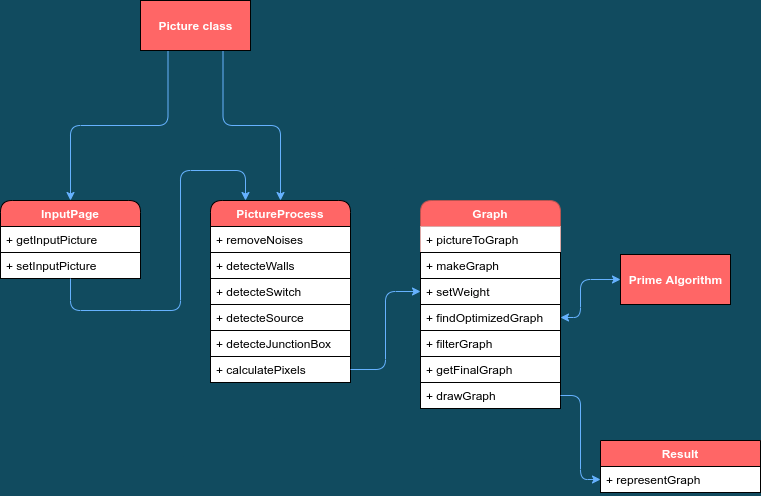
The draw.io diagram project_diagram.png in Amirnlz/Building-electrical, before a commit. Source tidied: cells renumbered, new cells last; positions are measured from the earlier drawing's top-left corner, leaving out a move shared by most shapes. The source it was exported from:
```xml
<mxGraphModel background="#114B5F">
  <root>
    <mxCell id="0" />
    <mxCell id="1" parent="0" />
    <mxCell id="2" value="InputPage" style="swimlane;fontStyle=1;horizontal=1;startSize=26;swimlaneFillColor=none;rounded=1;fillColor=#FF6666;fontColor=#FFFFFF;" parent="1" vertex="1">
      <mxGeometry y="200" width="140" height="78" as="geometry" />
    </mxCell>
    <mxCell id="3" value="+ getInputPicture" style="text;align=left;verticalAlign=top;spacingLeft=4;spacingRight=4;overflow=hidden;strokeColor=#000000;fillColor=#ffffff;" parent="2" vertex="1">
      <mxGeometry y="26" width="140" height="26" as="geometry" />
    </mxCell>
    <mxCell id="4" value="+ setInputPicture" style="text;align=left;verticalAlign=top;spacingLeft=4;spacingRight=4;overflow=hidden;strokeColor=#000000;fillColor=#ffffff;" parent="2" vertex="1">
      <mxGeometry y="52" width="140" height="26" as="geometry" />
    </mxCell>
    <mxCell id="5" value="PictureProcess" style="swimlane;fontStyle=1;horizontal=1;startSize=26;rounded=1;fillColor=#FF6666;fontColor=#FFFFFF;" parent="1" vertex="1">
      <mxGeometry x="210" y="200" width="140" height="182" as="geometry" />
    </mxCell>
    <mxCell id="6" value="+ removeNoises" style="text;align=left;verticalAlign=top;spacingLeft=4;spacingRight=4;overflow=hidden;strokeColor=#000000;fillColor=#ffffff;" parent="5" vertex="1">
      <mxGeometry y="26" width="140" height="26" as="geometry" />
    </mxCell>
    <mxCell id="7" value="+ detecteWalls" style="text;align=left;verticalAlign=top;spacingLeft=4;spacingRight=4;overflow=hidden;strokeColor=#000000;fillColor=#ffffff;" parent="5" vertex="1">
      <mxGeometry y="52" width="140" height="26" as="geometry" />
    </mxCell>
    <mxCell id="8" value="+ detecteSwitch" style="text;align=left;verticalAlign=top;spacingLeft=4;spacingRight=4;overflow=hidden;strokeColor=#000000;fillColor=#ffffff;" parent="5" vertex="1">
      <mxGeometry y="78" width="140" height="26" as="geometry" />
    </mxCell>
    <mxCell id="9" value="+ detecteSource" style="text;align=left;verticalAlign=top;spacingLeft=4;spacingRight=4;overflow=hidden;strokeColor=#000000;fillColor=#ffffff;" parent="5" vertex="1">
      <mxGeometry y="104" width="140" height="26" as="geometry" />
    </mxCell>
    <mxCell id="10" value="+ detecteJunctionBox" style="text;align=left;verticalAlign=top;spacingLeft=4;spacingRight=4;overflow=hidden;strokeColor=#000000;fillColor=#ffffff;" parent="5" vertex="1">
      <mxGeometry y="130" width="140" height="26" as="geometry" />
    </mxCell>
    <mxCell id="11" value="+ calculatePixels" style="text;align=left;verticalAlign=top;spacingLeft=4;spacingRight=4;overflow=hidden;points=[[0,0.5],[1,0.5]];portConstraint=eastwest;strokeColor=#000000;fillColor=#ffffff;" parent="5" vertex="1">
      <mxGeometry y="156" width="140" height="26" as="geometry" />
    </mxCell>
    <mxCell id="12" value="Graph" style="swimlane;fontStyle=1;horizontal=1;startSize=26;rounded=1;strokeColor=#b85450;fillColor=#FF6666;fontColor=#FFFFFF;" parent="1" vertex="1">
      <mxGeometry x="420" y="200" width="140" height="208" as="geometry" />
    </mxCell>
    <mxCell id="13" value="+ pictureToGraph" style="text;align=left;verticalAlign=top;spacingLeft=4;spacingRight=4;overflow=hidden;fillColor=#FFFFFF;" parent="12" vertex="1">
      <mxGeometry y="26" width="140" height="26" as="geometry" />
    </mxCell>
    <mxCell id="14" value="+ makeGraph" style="text;align=left;verticalAlign=top;spacingLeft=4;spacingRight=4;overflow=hidden;strokeColor=#000000;fillColor=#FFFFFF;" parent="12" vertex="1">
      <mxGeometry y="52" width="140" height="26" as="geometry" />
    </mxCell>
    <mxCell id="15" value="+ setWeight" style="text;align=left;verticalAlign=top;spacingLeft=4;spacingRight=4;overflow=hidden;points=[[0,0.5],[1,0.5]];portConstraint=eastwest;strokeColor=#000000;fillColor=#FFFFFF;" parent="12" vertex="1">
      <mxGeometry y="78" width="140" height="26" as="geometry" />
    </mxCell>
    <mxCell id="16" value="+ findOptimizedGraph" style="text;align=left;verticalAlign=top;spacingLeft=4;spacingRight=4;overflow=hidden;points=[[0,0.5],[1,0.5]];portConstraint=eastwest;strokeColor=#000000;fillColor=#FFFFFF;" parent="12" vertex="1">
      <mxGeometry y="104" width="140" height="26" as="geometry" />
    </mxCell>
    <mxCell id="17" value="+ filterGraph" style="text;align=left;verticalAlign=top;spacingLeft=4;spacingRight=4;overflow=hidden;points=[[0,0.5],[1,0.5]];portConstraint=eastwest;strokeColor=#000000;fillColor=#ffffff;" parent="12" vertex="1">
      <mxGeometry y="130" width="140" height="26" as="geometry" />
    </mxCell>
    <mxCell id="18" value="+ getFinalGraph" style="text;align=left;verticalAlign=top;spacingLeft=4;spacingRight=4;overflow=hidden;strokeColor=#000000;fillColor=#ffffff;" parent="12" vertex="1">
      <mxGeometry y="156" width="140" height="26" as="geometry" />
    </mxCell>
    <mxCell id="19" value="+ drawGraph" style="text;align=left;verticalAlign=top;spacingLeft=4;spacingRight=4;overflow=hidden;points=[[0,0.5],[1,0.5]];portConstraint=eastwest;strokeColor=#000000;fillColor=#ffffff;" parent="12" vertex="1">
      <mxGeometry y="182" width="140" height="26" as="geometry" />
    </mxCell>
    <mxCell id="20" style="endArrow=classic;html=1;labelBackgroundColor=#114B5F;fontColor=#E4FDE1;entryX=0.25;entryY=0;entryDx=0;entryDy=0;fillColor=#fff2cc;strokeColor=#66B2FF;" parent="1" edge="1" source="2" target="5">
      <mxGeometry relative="1" as="geometry">
        <Array as="points">
          <mxPoint x="70" y="310" />
          <mxPoint x="140" y="310" />
          <mxPoint x="180" y="310" />
          <mxPoint x="180" y="170" />
          <mxPoint x="245" y="170" />
        </Array>
      </mxGeometry>
    </mxCell>
    <mxCell id="21" style="endArrow=classic;startArrow=classic;html=1;exitX=1;exitY=0.5;exitDx=0;exitDy=0;labelBackgroundColor=#114B5F;fontColor=#E4FDE1;fillColor=#fff2cc;strokeColor=#66B2FF;entryX=0;entryY=0.5;entryDx=0;entryDy=0;" parent="1" edge="1" source="16" target="29">
      <mxGeometry relative="1" as="geometry">
        <Array as="points">
          <mxPoint x="580" y="317" />
          <mxPoint x="580" y="279" />
        </Array>
      </mxGeometry>
    </mxCell>
    <mxCell id="22" style="edgeStyle=orthogonalEdgeStyle;rounded=1;sketch=0;jettySize=auto;html=1;fontColor=#E4FDE1;strokeColor=#66B2FF;fillColor=#F45B69;" parent="1" edge="1" source="11" target="15">
      <mxGeometry relative="1" as="geometry" />
    </mxCell>
    <mxCell id="23" value="Result" style="swimlane;fontStyle=1;align=center;verticalAlign=middle;horizontal=1;startSize=26;rounded=0;sketch=0;fillColor=#FF6666;gradientColor=none;fontColor=#FFFFFF;" parent="1" vertex="1">
      <mxGeometry x="600" y="440" width="160" height="52" as="geometry" />
    </mxCell>
    <mxCell id="24" value="+ representGraph" style="text;align=left;verticalAlign=top;spacingLeft=4;spacingRight=4;overflow=hidden;points=[[0,0.5],[1,0.5]];portConstraint=eastwest;strokeColor=#000000;fillColor=#ffffff;" parent="23" vertex="1">
      <mxGeometry y="26" width="160" height="26" as="geometry" />
    </mxCell>
    <mxCell id="25" style="edgeStyle=orthogonalEdgeStyle;rounded=1;sketch=0;jettySize=auto;html=1;exitX=1;exitY=0.5;exitDx=0;exitDy=0;entryX=0;entryY=0.5;entryDx=0;entryDy=0;fontColor=#FFFFFF;strokeColor=#66B2FF;fillColor=#F45B69;" parent="1" edge="1" source="19" target="24">
      <mxGeometry relative="1" as="geometry" />
    </mxCell>
    <mxCell id="26" style="edgeStyle=orthogonalEdgeStyle;rounded=1;sketch=0;jettySize=auto;html=1;exitX=0.25;exitY=1;exitDx=0;exitDy=0;entryX=0.5;entryY=0;entryDx=0;entryDy=0;fontColor=#FFFFFF;strokeColor=#66B2FF;fillColor=#F45B69;" parent="1" edge="1" source="28" target="2">
      <mxGeometry relative="1" as="geometry" />
    </mxCell>
    <mxCell id="27" style="edgeStyle=orthogonalEdgeStyle;rounded=1;sketch=0;jettySize=auto;html=1;exitX=0.75;exitY=1;exitDx=0;exitDy=0;entryX=0.5;entryY=0;entryDx=0;entryDy=0;fontColor=#FFFFFF;strokeColor=#66B2FF;fillColor=#F45B69;" parent="1" edge="1" source="28" target="5">
      <mxGeometry relative="1" as="geometry" />
    </mxCell>
    <mxCell id="28" value="&lt;b&gt;Picture class&lt;/b&gt;" style="html=1;rounded=0;sketch=0;fontColor=#FFFFFF;strokeColor=#000000;gradientColor=none;fillColor=#FF6666;" parent="1" vertex="1">
      <mxGeometry x="140" width="110" height="50" as="geometry" />
    </mxCell>
    <mxCell id="29" value="&lt;b&gt;Prime Algorithm&lt;/b&gt;" style="html=1;rounded=0;sketch=0;fontColor=#FFFFFF;strokeColor=#000000;fillColor=#FF6666;gradientColor=none;" parent="1" vertex="1">
      <mxGeometry x="620" y="254" width="110" height="50" as="geometry" />
    </mxCell>
  </root>
</mxGraphModel>
```
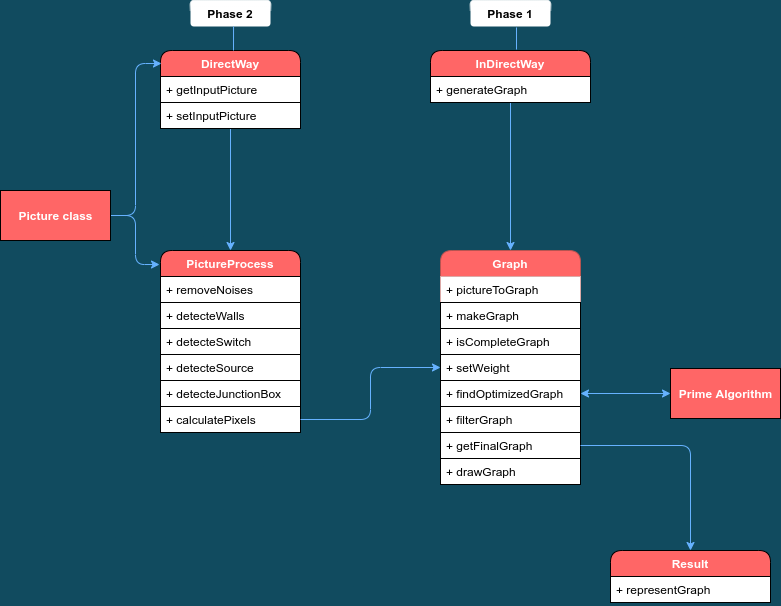
After the change.

Diff of the diagram source:
```diff
@@ -2,8 +2,11 @@
   <root>
     <mxCell id="0" />
     <mxCell id="1" parent="0" />
+    <mxCell id="20" style="edgeStyle=orthogonalEdgeStyle;rounded=0;jettySize=auto;html=1;entryX=0.5;entryY=0;entryDx=0;entryDy=0;fontColor=#FFFFFF;strokeColor=#66B2FF;" parent="1" edge="1" source="2" target="5">
+      <mxGeometry relative="1" as="geometry" />
+    </mxCell>
-    <mxCell id="2" value="InputPage" style="swimlane;fontStyle=1;horizontal=1;startSize=26;swimlaneFillColor=none;rounded=1;fillColor=#FF6666;fontColor=#FFFFFF;" parent="1" vertex="1">
-      <mxGeometry y="200" width="140" height="78" as="geometry" />
+    <mxCell id="2" value="DirectWay" style="swimlane;fontStyle=1;horizontal=1;startSize=26;swimlaneFillColor=none;rounded=1;fillColor=#FF6666;fontColor=#FFFFFF;" parent="1" vertex="1">
+      <mxGeometry x="150" y="30" width="140" height="78" as="geometry" />
     </mxCell>
     <mxCell id="3" value="+ getInputPicture" style="text;align=left;verticalAlign=top;spacingLeft=4;spacingRight=4;overflow=hidden;strokeColor=#000000;fillColor=#ffffff;" parent="2" vertex="1">
       <mxGeometry y="26" width="140" height="26" as="geometry" />
@@ -12,7 +15,7 @@
       <mxGeometry y="52" width="140" height="26" as="geometry" />
     </mxCell>
     <mxCell id="5" value="PictureProcess" style="swimlane;fontStyle=1;horizontal=1;startSize=26;rounded=1;fillColor=#FF6666;fontColor=#FFFFFF;" parent="1" vertex="1">
-      <mxGeometry x="210" y="200" width="140" height="182" as="geometry" />
+      <mxGeometry x="150" y="230" width="140" height="182" as="geometry" />
     </mxCell>
     <mxCell id="6" value="+ removeNoises" style="text;align=left;verticalAlign=top;spacingLeft=4;spacingRight=4;overflow=hidden;strokeColor=#000000;fillColor=#ffffff;" parent="5" vertex="1">
       <mxGeometry y="26" width="140" height="26" as="geometry" />
@@ -33,7 +36,7 @@
       <mxGeometry y="156" width="140" height="26" as="geometry" />
     </mxCell>
     <mxCell id="12" value="Graph" style="swimlane;fontStyle=1;horizontal=1;startSize=26;rounded=1;strokeColor=#b85450;fillColor=#FF6666;fontColor=#FFFFFF;" parent="1" vertex="1">
-      <mxGeometry x="420" y="200" width="140" height="208" as="geometry" />
+      <mxGeometry x="430" y="230" width="140" height="234" as="geometry" />
     </mxCell>
     <mxCell id="13" value="+ pictureToGraph" style="text;align=left;verticalAlign=top;spacingLeft=4;spacingRight=4;overflow=hidden;fillColor=#FFFFFF;" parent="12" vertex="1">
       <mxGeometry y="26" width="140" height="26" as="geometry" />
@@ -41,63 +44,75 @@
     <mxCell id="14" value="+ makeGraph" style="text;align=left;verticalAlign=top;spacingLeft=4;spacingRight=4;overflow=hidden;strokeColor=#000000;fillColor=#FFFFFF;" parent="12" vertex="1">
       <mxGeometry y="52" width="140" height="26" as="geometry" />
     </mxCell>
-    <mxCell id="15" value="+ setWeight" style="text;align=left;verticalAlign=top;spacingLeft=4;spacingRight=4;overflow=hidden;points=[[0,0.5],[1,0.5]];portConstraint=eastwest;strokeColor=#000000;fillColor=#FFFFFF;" parent="12" vertex="1">
+    <mxCell id="15" value="+ isCompleteGraph" style="text;align=left;verticalAlign=top;spacingLeft=4;spacingRight=4;overflow=hidden;points=[[0,0.5],[1,0.5]];portConstraint=eastwest;strokeColor=#000000;fillColor=#FFFFFF;" parent="12" vertex="1">
       <mxGeometry y="78" width="140" height="26" as="geometry" />
     </mxCell>
-    <mxCell id="16" value="+ findOptimizedGraph" style="text;align=left;verticalAlign=top;spacingLeft=4;spacingRight=4;overflow=hidden;points=[[0,0.5],[1,0.5]];portConstraint=eastwest;strokeColor=#000000;fillColor=#FFFFFF;" parent="12" vertex="1">
+    <mxCell id="16" value="+ setWeight" style="text;align=left;verticalAlign=top;spacingLeft=4;spacingRight=4;overflow=hidden;points=[[0,0.5],[1,0.5]];portConstraint=eastwest;strokeColor=#000000;fillColor=#FFFFFF;" parent="12" vertex="1">
       <mxGeometry y="104" width="140" height="26" as="geometry" />
     </mxCell>
-    <mxCell id="17" value="+ filterGraph" style="text;align=left;verticalAlign=top;spacingLeft=4;spacingRight=4;overflow=hidden;points=[[0,0.5],[1,0.5]];portConstraint=eastwest;strokeColor=#000000;fillColor=#ffffff;" parent="12" vertex="1">
+    <mxCell id="17" value="+ findOptimizedGraph" style="text;align=left;verticalAlign=top;spacingLeft=4;spacingRight=4;overflow=hidden;points=[[0,0.5],[1,0.5]];portConstraint=eastwest;strokeColor=#000000;fillColor=#ffffff;" parent="12" vertex="1">
       <mxGeometry y="130" width="140" height="26" as="geometry" />
     </mxCell>
-    <mxCell id="18" value="+ getFinalGraph" style="text;align=left;verticalAlign=top;spacingLeft=4;spacingRight=4;overflow=hidden;strokeColor=#000000;fillColor=#ffffff;" parent="12" vertex="1">
+    <mxCell id="18" value="+ filterGraph" style="text;align=left;verticalAlign=top;spacingLeft=4;spacingRight=4;overflow=hidden;strokeColor=#000000;fillColor=#ffffff;" parent="12" vertex="1">
       <mxGeometry y="156" width="140" height="26" as="geometry" />
     </mxCell>
-    <mxCell id="19" value="+ drawGraph" style="text;align=left;verticalAlign=top;spacingLeft=4;spacingRight=4;overflow=hidden;points=[[0,0.5],[1,0.5]];portConstraint=eastwest;strokeColor=#000000;fillColor=#ffffff;" parent="12" vertex="1">
+    <mxCell id="19" value="+ getFinalGraph" style="text;align=left;verticalAlign=top;spacingLeft=4;spacingRight=4;overflow=hidden;points=[[0,0.5],[1,0.5]];portConstraint=eastwest;strokeColor=#000000;fillColor=#ffffff;" parent="12" vertex="1">
       <mxGeometry y="182" width="140" height="26" as="geometry" />
     </mxCell>
-    <mxCell id="20" style="endArrow=classic;html=1;labelBackgroundColor=#114B5F;fontColor=#E4FDE1;entryX=0.25;entryY=0;entryDx=0;entryDy=0;fillColor=#fff2cc;strokeColor=#66B2FF;" parent="1" edge="1" source="2" target="5">
-      <mxGeometry relative="1" as="geometry">
-        <Array as="points">
-          <mxPoint x="70" y="310" />
-          <mxPoint x="140" y="310" />
-          <mxPoint x="180" y="310" />
-          <mxPoint x="180" y="170" />
-          <mxPoint x="245" y="170" />
-        </Array>
-      </mxGeometry>
-    </mxCell>
-    <mxCell id="21" style="endArrow=classic;startArrow=classic;html=1;exitX=1;exitY=0.5;exitDx=0;exitDy=0;labelBackgroundColor=#114B5F;fontColor=#E4FDE1;fillColor=#fff2cc;strokeColor=#66B2FF;entryX=0;entryY=0.5;entryDx=0;entryDy=0;" parent="1" edge="1" source="16" target="29">
-      <mxGeometry relative="1" as="geometry">
-        <Array as="points">
-          <mxPoint x="580" y="317" />
-          <mxPoint x="580" y="279" />
-        </Array>
-      </mxGeometry>
-    </mxCell>
+    <mxCell id="30" value="+ drawGraph" style="text;align=left;verticalAlign=top;spacingLeft=4;spacingRight=4;overflow=hidden;fillColor=#FFFFFF;strokeColor=#000000;" parent="12" vertex="1">
+      <mxGeometry y="208" width="140" height="26" as="geometry" />
+    </mxCell>
-    <mxCell id="22" style="edgeStyle=orthogonalEdgeStyle;rounded=1;sketch=0;jettySize=auto;html=1;fontColor=#E4FDE1;strokeColor=#66B2FF;fillColor=#F45B69;" parent="1" edge="1" source="11" target="15">
+    <mxCell id="22" style="edgeStyle=orthogonalEdgeStyle;rounded=1;jettySize=auto;html=1;fontColor=#E4FDE1;strokeColor=#66B2FF;fillColor=#F45B69;" parent="1" edge="1" source="11" target="16">
       <mxGeometry relative="1" as="geometry" />
     </mxCell>
-    <mxCell id="23" value="Result" style="swimlane;fontStyle=1;align=center;verticalAlign=middle;horizontal=1;startSize=26;rounded=0;sketch=0;fillColor=#FF6666;gradientColor=none;fontColor=#FFFFFF;" parent="1" vertex="1">
-      <mxGeometry x="600" y="440" width="160" height="52" as="geometry" />
+    <mxCell id="23" value="Result" style="swimlane;fontStyle=1;align=center;verticalAlign=middle;horizontal=1;startSize=26;rounded=1;fillColor=#FF6666;gradientColor=none;fontColor=#FFFFFF;" parent="1" vertex="1">
+      <mxGeometry x="600" y="530" width="160" height="52" as="geometry" />
     </mxCell>
     <mxCell id="24" value="+ representGraph" style="text;align=left;verticalAlign=top;spacingLeft=4;spacingRight=4;overflow=hidden;points=[[0,0.5],[1,0.5]];portConstraint=eastwest;strokeColor=#000000;fillColor=#ffffff;" parent="23" vertex="1">
       <mxGeometry y="26" width="160" height="26" as="geometry" />
     </mxCell>
-    <mxCell id="25" style="edgeStyle=orthogonalEdgeStyle;rounded=1;sketch=0;jettySize=auto;html=1;exitX=1;exitY=0.5;exitDx=0;exitDy=0;entryX=0;entryY=0.5;entryDx=0;entryDy=0;fontColor=#FFFFFF;strokeColor=#66B2FF;fillColor=#F45B69;" parent="1" edge="1" source="19" target="24">
-      <mxGeometry relative="1" as="geometry" />
-    </mxCell>
-    <mxCell id="26" style="edgeStyle=orthogonalEdgeStyle;rounded=1;sketch=0;jettySize=auto;html=1;exitX=0.25;exitY=1;exitDx=0;exitDy=0;entryX=0.5;entryY=0;entryDx=0;entryDy=0;fontColor=#FFFFFF;strokeColor=#66B2FF;fillColor=#F45B69;" parent="1" edge="1" source="28" target="2">
+    <mxCell id="26" style="edgeStyle=orthogonalEdgeStyle;rounded=1;comic=0;jettySize=auto;html=1;entryX=0.007;entryY=0.167;entryDx=0;entryDy=0;entryPerimeter=0;labelBackgroundColor=#66B2FF;fontColor=#000000;strokeColor=#66B2FF;" parent="1" edge="1" source="28" target="2">
       <mxGeometry relative="1" as="geometry" />
     </mxCell>
-    <mxCell id="27" style="edgeStyle=orthogonalEdgeStyle;rounded=1;sketch=0;jettySize=auto;html=1;exitX=0.75;exitY=1;exitDx=0;exitDy=0;entryX=0.5;entryY=0;entryDx=0;entryDy=0;fontColor=#FFFFFF;strokeColor=#66B2FF;fillColor=#F45B69;" parent="1" edge="1" source="28" target="5">
+    <mxCell id="27" style="edgeStyle=orthogonalEdgeStyle;rounded=1;comic=0;jettySize=auto;html=1;entryX=-0.007;entryY=0.077;entryDx=0;entryDy=0;entryPerimeter=0;labelBackgroundColor=#66B2FF;fontColor=#000000;strokeColor=#66B2FF;" parent="1" edge="1" source="28" target="5">
       <mxGeometry relative="1" as="geometry" />
     </mxCell>
-    <mxCell id="28" value="&lt;b&gt;Picture class&lt;/b&gt;" style="html=1;rounded=0;sketch=0;fontColor=#FFFFFF;strokeColor=#000000;gradientColor=none;fillColor=#FF6666;" parent="1" vertex="1">
-      <mxGeometry x="140" width="110" height="50" as="geometry" />
+    <mxCell id="28" value="&lt;b&gt;Picture class&lt;/b&gt;" style="html=1;rounded=0;fontColor=#FFFFFF;strokeColor=#000000;gradientColor=none;fillColor=#FF6666;" parent="1" vertex="1">
+      <mxGeometry x="-10" y="170" width="110" height="50" as="geometry" />
     </mxCell>
-    <mxCell id="29" value="&lt;b&gt;Prime Algorithm&lt;/b&gt;" style="html=1;rounded=0;sketch=0;fontColor=#FFFFFF;strokeColor=#000000;fillColor=#FF6666;gradientColor=none;" parent="1" vertex="1">
-      <mxGeometry x="620" y="254" width="110" height="50" as="geometry" />
+    <mxCell id="29" value="&lt;b&gt;Prime Algorithm&lt;/b&gt;" style="html=1;rounded=0;fontColor=#FFFFFF;strokeColor=#000000;fillColor=#FF6666;gradientColor=none;" parent="1" vertex="1">
+      <mxGeometry x="660" y="348" width="110" height="50" as="geometry" />
     </mxCell>
+    <mxCell id="31" style="edgeStyle=orthogonalEdgeStyle;rounded=1;comic=0;jettySize=auto;html=1;labelBackgroundColor=#66B2FF;fontColor=#000000;strokeColor=#66B2FF;" parent="1" edge="1" source="32" target="12">
+      <mxGeometry relative="1" as="geometry" />
+    </mxCell>
+    <mxCell id="32" value="InDirectWay" style="swimlane;fontStyle=1;align=center;verticalAlign=top;horizontal=1;startSize=26;rounded=1;fillColor=#FF6666;fontColor=#FFFFFF;" parent="1" vertex="1">
+      <mxGeometry x="420" y="30" width="160" height="52" as="geometry" />
+    </mxCell>
+    <mxCell id="33" value="+ generateGraph" style="text;align=left;verticalAlign=top;spacingLeft=4;spacingRight=4;overflow=hidden;fillColor=#ffffff;strokeColor=#000000;" parent="32" vertex="1">
+      <mxGeometry y="26" width="160" height="26" as="geometry" />
+    </mxCell>
+    <mxCell id="34" style="endArrow=classic;startArrow=classic;html=1;labelBackgroundColor=#66B2FF;fontColor=#000000;strokeColor=#66B2FF;entryX=0;entryY=0.5;entryDx=0;entryDy=0;" parent="1" edge="1" source="17" target="29">
+      <mxGeometry relative="1" as="geometry" />
+    </mxCell>
+    <mxCell id="35" style="edgeStyle=orthogonalEdgeStyle;rounded=1;comic=0;jettySize=auto;html=1;entryX=0.5;entryY=0;entryDx=0;entryDy=0;labelBackgroundColor=#66B2FF;fontColor=#000000;strokeColor=#66B2FF;" parent="1" edge="1" source="19" target="23">
+      <mxGeometry relative="1" as="geometry" />
+    </mxCell>
+    <mxCell id="36" value="Phase 1" style="text;align=center;fontStyle=1;verticalAlign=middle;spacingLeft=3;spacingRight=3;strokeColor=none;points=[[0,0.5],[1,0.5]];portConstraint=eastwest;rounded=1;fontColor=#000000;fillColor=#ffffff;glass=1;" parent="1" vertex="1">
+      <mxGeometry x="460" y="-20" width="80" height="26" as="geometry" />
+    </mxCell>
+    <mxCell id="37" value="Phase 2" style="text;align=center;fontStyle=1;verticalAlign=middle;spacingLeft=3;spacingRight=3;strokeColor=none;points=[[0,0.5],[1,0.5]];portConstraint=eastwest;rounded=1;fontColor=#000000;fillColor=#ffffff;glass=1;labelBackgroundColor=none;labelBorderColor=none;" parent="1" vertex="1">
+      <mxGeometry x="180" y="-20" width="80" height="26" as="geometry" />
+    </mxCell>
+    <mxCell id="38" style="endArrow=none;html=1;labelBackgroundColor=#66B2FF;fontColor=#FFE599;strokeColor=#66B2FF;entryX=0.538;entryY=1;entryDx=0;entryDy=0;entryPerimeter=0;" parent="1" edge="1" target="37">
+      <mxGeometry relative="1" as="geometry">
+        <mxPoint x="223" y="30" as="sourcePoint" />
+      </mxGeometry>
+    </mxCell>
+    <mxCell id="39" style="endArrow=none;html=1;labelBackgroundColor=#66B2FF;fontColor=#FFE599;strokeColor=#66B2FF;entryX=0.575;entryY=1.038;entryDx=0;entryDy=0;entryPerimeter=0;" parent="1" edge="1" target="36">
+      <mxGeometry relative="1" as="geometry">
+        <mxPoint x="506" y="29" as="sourcePoint" />
+      </mxGeometry>
+    </mxCell>
   </root>
 </mxGraphModel>
```
